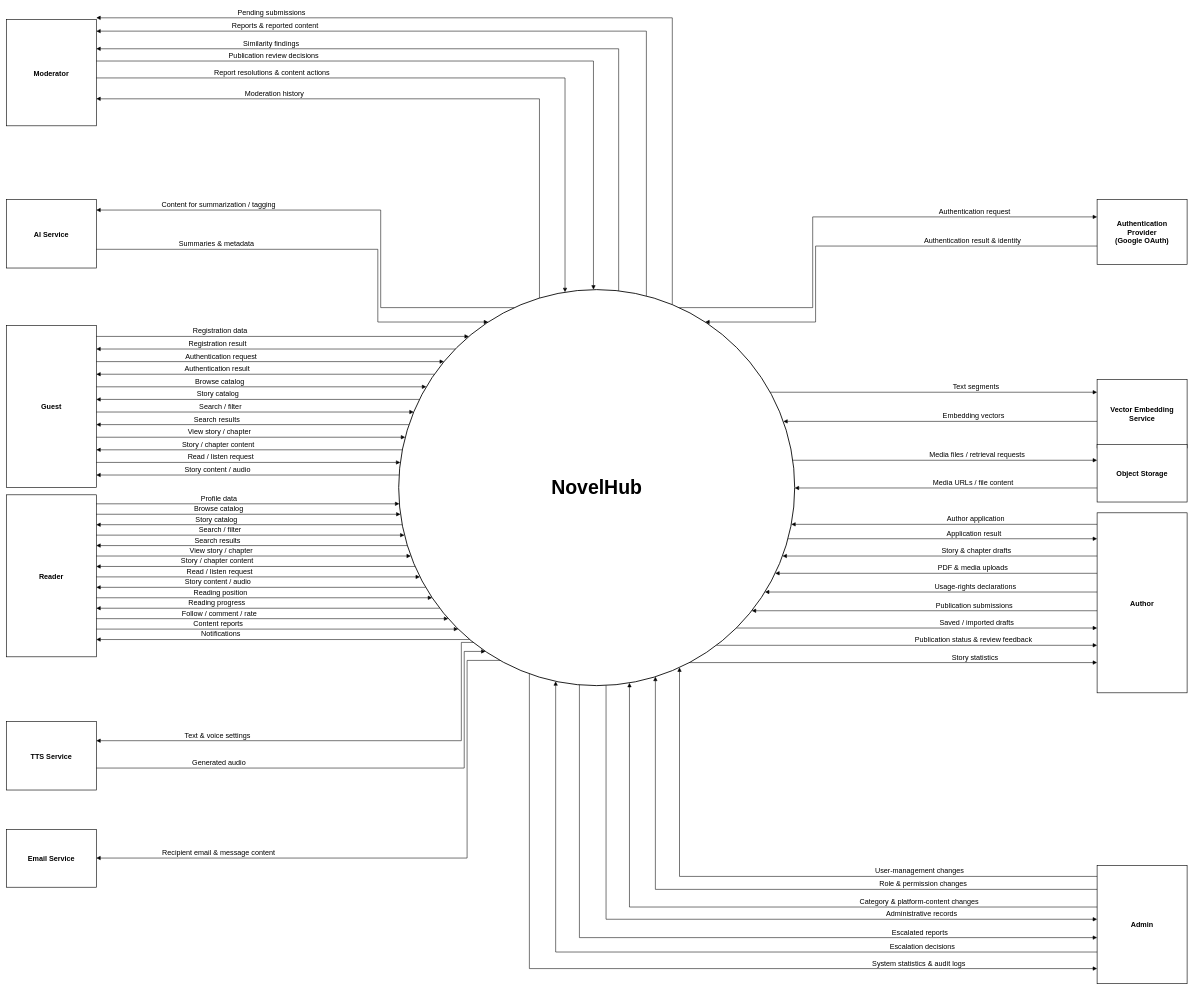
Before: novelhub_context_refined.drawio in konfusee/novelhub, a draw.io diagram. Source tidied: cells renumbered, new cells numbered last; positions are measured from the earlier drawing's top-left corner, leaving out a move shared by most shapes. Both pictures are drawn from the tidied source at 36%, with x=0, y=0 at pixel (6, 6).
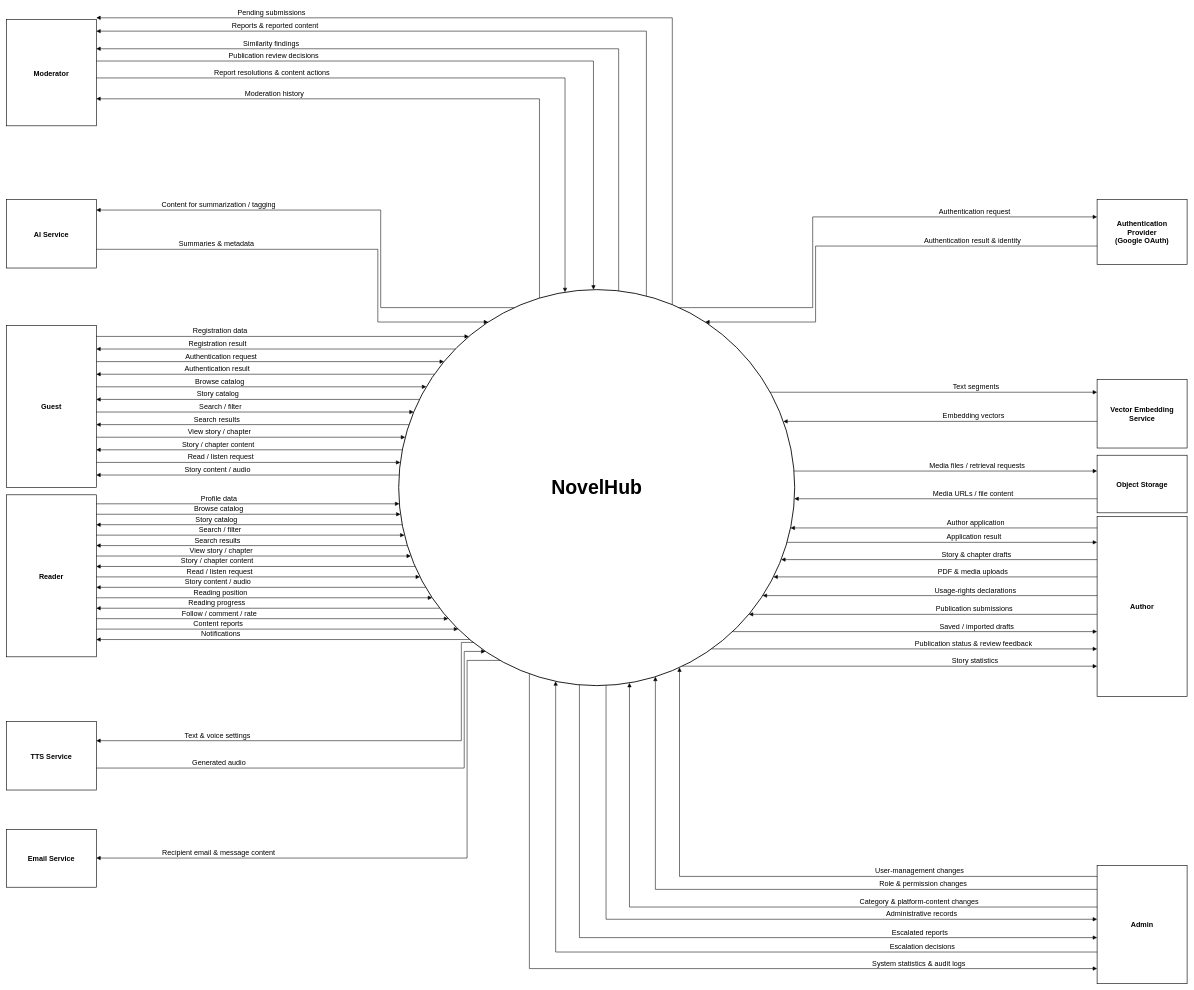
After the change.

Commit message (it also covers changes not shown here):
fix(diagram): separate storage entities

The change refers to these unchanged cells:
```xml
<mxCell id="2" style="ellipse;fillColor=#FFFFFF;strokeColor=#000000;strokeWidth=2.4;" parent="1" vertex="1">
  <mxGeometry x="1090" y="787" width="1100" height="1100" as="geometry" />
</mxCell>
```

Diff of the diagram source:
```diff
@@
     <mxCell id="10" value="Object Storage" style="rounded=0;html=0;whiteSpace=wrap;align=center;verticalAlign=middle;fontSize=20;fontStyle=1;fontColor=#000000;fillColor=#FFFFFF;strokeColor=#000000;strokeWidth=1.7;" parent="1" vertex="1">
-      <mxGeometry x="3030" y="1217" width="250" height="160" as="geometry" />
+      <mxGeometry x="3030" y="1247" width="250" height="160" as="geometry" />
     </mxCell>
     <mxCell id="11" value="Author" style="rounded=0;html=0;whiteSpace=wrap;align=center;verticalAlign=middle;fontSize=20;fontStyle=1;fontColor=#000000;fillColor=#FFFFFF;strokeColor=#000000;strokeWidth=1.7;" parent="1" vertex="1">
-      <mxGeometry x="3030" y="1407" width="250" height="500" as="geometry" />
+      <mxGeometry x="3030" y="1417" width="250" height="500" as="geometry" />
     </mxCell>
@@
-    <mxCell id="85" style="edgeStyle=none;rounded=0;html=0;endArrow=block;endFill=1;endSize=8;strokeColor=#000000;strokeWidth=1.5;exitX=0.9952034392863118;exitY=0.4309090909090909;exitPerimeter=0;entryX=0.0;entryY=0.275;entryPerimeter=0;" parent="1" edge="1" source="2" target="10">
+    <mxCell id="85" style="edgeStyle=none;rounded=0;html=0;endArrow=block;endFill=1;endSize=8;strokeColor=#000000;strokeWidth=1.5;exitX=0.9982481707637486;exitY=0.4581818181818182;exitPerimeter=0;entryX=0.0;entryY=0.275;entryPerimeter=0;" parent="1" edge="1" source="2" target="10">
       <mxGeometry relative="1" as="geometry" />
     </mxCell>
     <mxCell id="86" value="Media files / retrieval requests" style="text;html=0;align=center;verticalAlign=middle;whiteSpace=wrap;fontFamily=Helvetica;fontSize=20;fontColor=#000000;fontStyle=0;strokeColor=none;fillColor=none;fillOpacity=0;labelBackgroundColor=none;labelBorderColor=none;" parent="1" vertex="1">
-      <mxGeometry x="2367" y="1229" width="660" height="32" as="geometry" />
+      <mxGeometry x="2367" y="1259" width="660" height="32" as="geometry" />
     </mxCell>
-    <mxCell id="87" style="edgeStyle=none;rounded=0;html=0;endArrow=block;endFill=1;endSize=8;strokeColor=#000000;strokeWidth=1.5;exitX=0.0;exitY=0.75625;exitPerimeter=0;entryX=0.9999991735530358;entryY=0.5009090909090909;entryPerimeter=0;" parent="1" edge="1" source="10" target="2">
+    <mxCell id="87" style="edgeStyle=none;rounded=0;html=0;endArrow=block;endFill=1;endSize=8;strokeColor=#000000;strokeWidth=1.5;exitX=0.0;exitY=0.75625;exitPerimeter=0;entryX=0.9992051533427585;entryY=0.5281818181818182;entryPerimeter=0;" parent="1" edge="1" source="10" target="2">
       <mxGeometry relative="1" as="geometry" />
     </mxCell>
     <mxCell id="88" value="Media URLs / file content" style="text;html=0;align=center;verticalAlign=middle;whiteSpace=wrap;fontFamily=Helvetica;fontSize=20;fontColor=#000000;fontStyle=0;strokeColor=none;fillColor=none;fillOpacity=0;labelBackgroundColor=none;labelBorderColor=none;" parent="1" vertex="1">
-      <mxGeometry x="2356" y="1306" width="660" height="32" as="geometry" />
+      <mxGeometry x="2356" y="1336" width="660" height="32" as="geometry" />
     </mxCell>
-    <mxCell id="89" style="edgeStyle=none;rounded=0;html=0;endArrow=block;endFill=1;endSize=8;strokeColor=#000000;strokeWidth=1.5;exitX=0.0;exitY=0.064;exitPerimeter=0;entryX=0.9913264219361319;entryY=0.5927272727272728;entryPerimeter=0;" parent="1" edge="1" source="11" target="2">
+    <mxCell id="89" style="edgeStyle=none;rounded=0;html=0;endArrow=block;endFill=1;endSize=8;strokeColor=#000000;strokeWidth=1.5;exitX=0.0;exitY=0.064;exitPerimeter=0;entryX=0.9895232965357619;entryY=0.6018181818181818;entryPerimeter=0;" parent="1" edge="1" source="11" target="2">
       <mxGeometry relative="1" as="geometry" />
     </mxCell>
     <mxCell id="90" value="Author application" style="text;html=0;align=center;verticalAlign=middle;whiteSpace=wrap;fontFamily=Helvetica;fontSize=20;fontColor=#000000;fontStyle=0;strokeColor=none;fillColor=none;fillOpacity=0;labelBackgroundColor=none;labelBorderColor=none;" parent="1" vertex="1">
-      <mxGeometry x="2363" y="1407" width="660" height="32" as="geometry" />
+      <mxGeometry x="2363" y="1417" width="660" height="32" as="geometry" />
     </mxCell>
-    <mxCell id="91" style="edgeStyle=none;rounded=0;html=0;endArrow=block;endFill=1;endSize=8;strokeColor=#000000;strokeWidth=1.5;exitX=0.983048172742722;exitY=0.6290909090909091;exitPerimeter=0;entryX=0.0;entryY=0.144;entryPerimeter=0;" parent="1" edge="1" source="2" target="11">
+    <mxCell id="91" style="edgeStyle=none;rounded=0;html=0;endArrow=block;endFill=1;endSize=8;strokeColor=#000000;strokeWidth=1.5;exitX=0.9805265706742623;exitY=0.6381818181818182;exitPerimeter=0;entryX=0.0;entryY=0.144;entryPerimeter=0;" parent="1" edge="1" source="2" target="11">
       <mxGeometry relative="1" as="geometry" />
     </mxCell>
     <mxCell id="92" value="Application result" style="text;html=0;align=center;verticalAlign=middle;whiteSpace=wrap;fontFamily=Helvetica;fontSize=20;fontColor=#000000;fontStyle=0;strokeColor=none;fillColor=none;fillOpacity=0;labelBackgroundColor=none;labelBorderColor=none;" parent="1" vertex="1">
-      <mxGeometry x="2358" y="1447" width="660" height="32" as="geometry" />
+      <mxGeometry x="2358" y="1457" width="660" height="32" as="geometry" />
     </mxCell>
-    <mxCell id="93" style="edgeStyle=none;rounded=0;html=0;endArrow=block;endFill=1;endSize=8;strokeColor=#000000;strokeWidth=1.5;exitX=0.0;exitY=0.24;exitPerimeter=0;entryX=0.9692177418386886;entryY=0.6727272727272727;entryPerimeter=0;" parent="1" edge="1" source="11" target="2">
+    <mxCell id="93" style="edgeStyle=none;rounded=0;html=0;endArrow=block;endFill=1;endSize=8;strokeColor=#000000;strokeWidth=1.5;exitX=0.0;exitY=0.24;exitPerimeter=0;entryX=0.9657704893618;entryY=0.6818181818181818;entryPerimeter=0;" parent="1" edge="1" source="11" target="2">
       <mxGeometry relative="1" as="geometry" />
     </mxCell>
     <mxCell id="94" value="Story &amp; chapter drafts" style="text;html=0;align=center;verticalAlign=middle;whiteSpace=wrap;fontFamily=Helvetica;fontSize=20;fontColor=#000000;fontStyle=0;strokeColor=none;fillColor=none;fillOpacity=0;labelBackgroundColor=none;labelBorderColor=none;" parent="1" vertex="1">
-      <mxGeometry x="2365" y="1495" width="660" height="32" as="geometry" />
+      <mxGeometry x="2365" y="1505" width="660" height="32" as="geometry" />
     </mxCell>
-    <mxCell id="95" style="edgeStyle=none;rounded=0;html=0;endArrow=block;endFill=1;endSize=8;strokeColor=#000000;strokeWidth=1.5;exitX=0.0;exitY=0.336;exitPerimeter=0;entryX=0.9507624394950227;entryY=0.7163636363636363;entryPerimeter=0;" parent="1" edge="1" source="11" target="2">
+    <mxCell id="95" style="edgeStyle=none;rounded=0;html=0;endArrow=block;endFill=1;endSize=8;strokeColor=#000000;strokeWidth=1.5;exitX=0.0;exitY=0.336;exitPerimeter=0;entryX=0.9462849402947454;entryY=0.7254545454545455;entryPerimeter=0;" parent="1" edge="1" source="11" target="2">
       <mxGeometry relative="1" as="geometry" />
     </mxCell>
     <mxCell id="96" value="PDF &amp; media uploads" style="text;html=0;align=center;verticalAlign=middle;whiteSpace=wrap;fontFamily=Helvetica;fontSize=20;fontColor=#000000;fontStyle=0;strokeColor=none;fillColor=none;fillOpacity=0;labelBackgroundColor=none;labelBorderColor=none;" parent="1" vertex="1">
-      <mxGeometry x="2355" y="1543" width="660" height="32" as="geometry" />
+      <mxGeometry x="2355" y="1553" width="660" height="32" as="geometry" />
     </mxCell>
-    <mxCell id="97" style="edgeStyle=none;rounded=0;html=0;endArrow=block;endFill=1;endSize=8;strokeColor=#000000;strokeWidth=1.5;exitX=0.0;exitY=0.44;exitPerimeter=0;entryX=0.9248480525653792;entryY=0.7636363636363637;entryPerimeter=0;" parent="1" edge="1" source="11" target="2">
+    <mxCell id="97" style="edgeStyle=none;rounded=0;html=0;endArrow=block;endFill=1;endSize=8;strokeColor=#000000;strokeWidth=1.5;exitX=0.0;exitY=0.44;exitPerimeter=0;entryX=0.9190702026042221;entryY=0.7727272727272727;entryPerimeter=0;" parent="1" edge="1" source="11" target="2">
       <mxGeometry relative="1" as="geometry" />
     </mxCell>
     <mxCell id="98" value="Usage-rights declarations" style="text;html=0;align=center;verticalAlign=middle;whiteSpace=wrap;fontFamily=Helvetica;fontSize=20;fontColor=#000000;fontStyle=0;strokeColor=none;fillColor=none;fillOpacity=0;labelBackgroundColor=none;labelBorderColor=none;" parent="1" vertex="1">
-      <mxGeometry x="2362" y="1595" width="660" height="32" as="geometry" />
+      <mxGeometry x="2362" y="1605" width="660" height="32" as="geometry" />
     </mxCell>
-    <mxCell id="99" style="edgeStyle=none;rounded=0;html=0;endArrow=block;endFill=1;endSize=8;strokeColor=#000000;strokeWidth=1.5;exitX=0.0;exitY=0.544;exitPerimeter=0;entryX=0.8915808182100888;entryY=0.8109090909090909;entryPerimeter=0;" parent="1" edge="1" source="11" target="2">
+    <mxCell id="99" style="edgeStyle=none;rounded=0;html=0;endArrow=block;endFill=1;endSize=8;strokeColor=#000000;strokeWidth=1.5;exitX=0.0;exitY=0.544;exitPerimeter=0;entryX=0.8841874542459709;entryY=0.82;entryPerimeter=0;" parent="1" edge="1" source="11" target="2">
       <mxGeometry relative="1" as="geometry" />
     </mxCell>
     <mxCell id="100" value="Publication submissions" style="text;html=0;align=center;verticalAlign=middle;whiteSpace=wrap;fontFamily=Helvetica;fontSize=20;fontColor=#000000;fontStyle=0;strokeColor=none;fillColor=none;fillOpacity=0;labelBackgroundColor=none;labelBorderColor=none;" parent="1" vertex="1">
-      <mxGeometry x="2359" y="1647" width="660" height="32" as="geometry" />
+      <mxGeometry x="2359" y="1657" width="660" height="32" as="geometry" />
     </mxCell>
-    <mxCell id="101" style="edgeStyle=none;rounded=0;html=0;endArrow=block;endFill=1;endSize=8;strokeColor=#000000;strokeWidth=1.5;exitX=0.8525585350848239;exitY=0.8545454545454545;exitPerimeter=0;entryX=0.0;entryY=0.64;entryPerimeter=0;" parent="1" edge="1" source="2" target="11">
+    <mxCell id="101" style="edgeStyle=none;rounded=0;html=0;endArrow=block;endFill=1;endSize=8;strokeColor=#000000;strokeWidth=1.5;exitX=0.8431742925123068;exitY=0.8636363636363636;exitPerimeter=0;entryX=0.0;entryY=0.64;entryPerimeter=0;" parent="1" edge="1" source="2" target="11">
       <mxGeometry relative="1" as="geometry" />
     </mxCell>
     <mxCell id="102" value="Saved / imported drafts" style="text;html=0;align=center;verticalAlign=middle;whiteSpace=wrap;fontFamily=Helvetica;fontSize=20;fontColor=#000000;fontStyle=0;strokeColor=none;fillColor=none;fillOpacity=0;labelBackgroundColor=none;labelBorderColor=none;" parent="1" vertex="1">
-      <mxGeometry x="2366" y="1695" width="660" height="32" as="geometry" />
+      <mxGeometry x="2366" y="1705" width="660" height="32" as="geometry" />
     </mxCell>
-    <mxCell id="103" style="edgeStyle=none;rounded=0;html=0;endArrow=block;endFill=1;endSize=8;strokeColor=#000000;strokeWidth=1.5;exitX=0.8024090601642442;exitY=0.8981818181818182;exitPerimeter=0;entryX=0.0;entryY=0.736;entryPerimeter=0;" parent="1" edge="1" source="2" target="11">
+    <mxCell id="103" style="edgeStyle=none;rounded=0;html=0;endArrow=block;endFill=1;endSize=8;strokeColor=#000000;strokeWidth=1.5;exitX=0.7900498674708104;exitY=0.9072727272727272;exitPerimeter=0;entryX=0.0;entryY=0.736;entryPerimeter=0;" parent="1" edge="1" source="2" target="11">
       <mxGeometry relative="1" as="geometry" />
     </mxCell>
     <mxCell id="104" value="Publication status &amp; review feedback" style="text;html=0;align=center;verticalAlign=middle;whiteSpace=wrap;fontFamily=Helvetica;fontSize=20;fontColor=#000000;fontStyle=0;strokeColor=none;fillColor=none;fillOpacity=0;labelBackgroundColor=none;labelBorderColor=none;" parent="1" vertex="1">
-      <mxGeometry x="2357" y="1743" width="660" height="32" as="geometry" />
+      <mxGeometry x="2357" y="1753" width="660" height="32" as="geometry" />
     </mxCell>
-    <mxCell id="105" style="edgeStyle=none;rounded=0;html=0;endArrow=block;endFill=1;endSize=8;strokeColor=#000000;strokeWidth=1.5;exitX=0.7340869373008158;exitY=0.9418181818181818;exitPerimeter=0;entryX=0.0;entryY=0.832;entryPerimeter=0;" parent="1" edge="1" source="2" target="11">
+    <mxCell id="105" style="edgeStyle=none;rounded=0;html=0;endArrow=block;endFill=1;endSize=8;strokeColor=#000000;strokeWidth=1.5;exitX=0.7160578434946003;exitY=0.9509090909090909;exitPerimeter=0;entryX=0.0;entryY=0.832;entryPerimeter=0;" parent="1" edge="1" source="2" target="11">
       <mxGeometry relative="1" as="geometry" />
     </mxCell>
     <mxCell id="106" value="Story statistics" style="text;html=0;align=center;verticalAlign=middle;whiteSpace=wrap;fontFamily=Helvetica;fontSize=20;fontColor=#000000;fontStyle=0;strokeColor=none;fillColor=none;fillOpacity=0;labelBackgroundColor=none;labelBorderColor=none;" parent="1" vertex="1">
-      <mxGeometry x="2361" y="1791" width="660" height="32" as="geometry" />
+      <mxGeometry x="2361" y="1801" width="660" height="32" as="geometry" />
     </mxCell>
```
